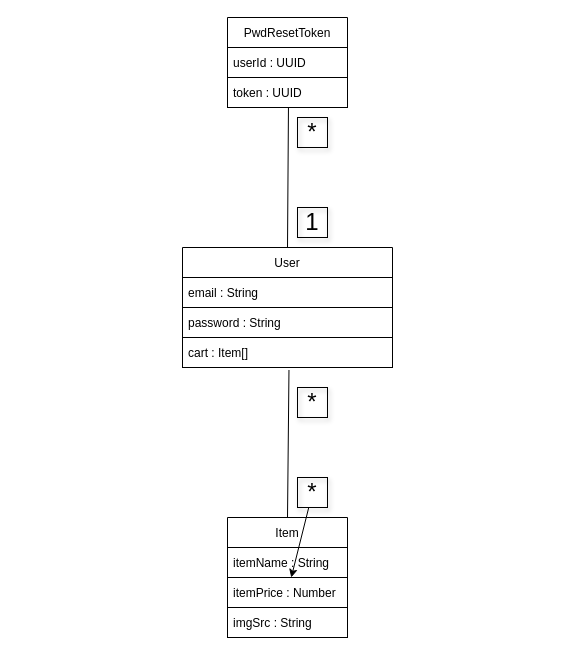
Before: docs/DB UML Diagram.drawio in jaksonhensley/CSCI4300-FinalProject, a draw.io diagram. Source tidied: cells renumbered, new cells numbered last; positions are measured from the earlier drawing's top-left corner, leaving out a move shared by most shapes. Both pictures are drawn from the tidied source at 100%, with x=0, y=0 at pixel (182, 17).
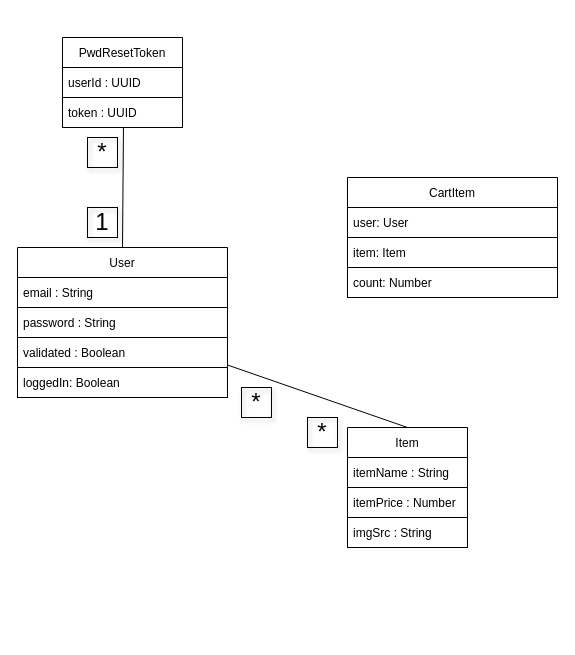
The same diagram, later.

The change refers to these unchanged cells:
```xml
<mxCell id="11" value="itemPrice : Number" style="text;strokeColor=#000000;fillColor=none;align=left;verticalAlign=middle;spacingLeft=4;spacingRight=4;overflow=hidden;points=[[0,0.5],[1,0.5]];portConstraint=eastwest;fontColor=#000000;" parent="9" vertex="1">
  <mxGeometry y="60" width="120" height="30" as="geometry" />
</mxCell>
```

The edit, as a diff of the source:
```diff
@@
     <mxCell id="2" value="User" style="swimlane;fontStyle=0;horizontal=1;startSize=30;fontColor=#000000;strokeColor=#000000;fillColor=#FFFFFF;" parent="1" vertex="1">
-      <mxGeometry y="230" width="210" height="120" as="geometry" />
+      <mxGeometry x="-165" y="230" width="210" height="150" as="geometry" />
     </mxCell>
@@
-    <mxCell id="5" value="cart : Item[]" style="text;strokeColor=#000000;fillColor=none;align=left;verticalAlign=middle;spacingLeft=4;spacingRight=4;overflow=hidden;points=[[0,0.5],[1,0.5]];portConstraint=eastwest;fontColor=#000000;" parent="2" vertex="1">
-      <mxGeometry y="90" width="210" height="30" as="geometry" />
-    </mxCell>
+    <mxCell id="20" value="validated : Boolean" style="text;strokeColor=#000000;fillColor=none;align=left;verticalAlign=middle;spacingLeft=4;spacingRight=4;overflow=hidden;fontColor=#000000;" parent="2" vertex="1">
+      <mxGeometry y="90" width="210" height="30" as="geometry" />
+    </mxCell>
+    <mxCell id="21" value="loggedIn: Boolean" style="text;strokeColor=#000000;fillColor=none;align=left;verticalAlign=middle;spacingLeft=4;spacingRight=4;overflow=hidden;points=[[0,0.5],[1,0.5]];portConstraint=eastwest;fontColor=#000000;" parent="2" vertex="1">
+      <mxGeometry y="120" width="210" height="30" as="geometry" />
+    </mxCell>
     <mxCell id="6" value="PwdResetToken" style="swimlane;fontStyle=0;horizontal=1;startSize=30;fontColor=#000000;gradientColor=#ffffff;fillColor=#FFFFFF;strokeColor=#000000;" parent="1" vertex="1">
-      <mxGeometry x="45" width="120" height="90" as="geometry" />
+      <mxGeometry x="-120" y="20" width="120" height="90" as="geometry" />
     </mxCell>
@@
     <mxCell id="9" value="Item" style="swimlane;fontStyle=0;horizontal=1;startSize=30;fontColor=#000000;strokeColor=#000000;fillColor=#FFFFFF;" parent="1" vertex="1">
-      <mxGeometry x="45" y="500" width="120" height="120" as="geometry" />
+      <mxGeometry x="165" y="410" width="120" height="120" as="geometry" />
     </mxCell>
@@
     <mxCell id="14" value="&lt;font style=&quot;font-size: 24px;&quot;&gt;1&lt;/font&gt;" style="text;html=1;strokeColor=#000000;fillColor=none;align=center;verticalAlign=middle;whiteSpace=wrap;rounded=0;shadow=1;fontColor=#000000;" parent="1" vertex="1">
-      <mxGeometry x="115" y="190" width="30" height="30" as="geometry" />
+      <mxGeometry x="-95" y="190" width="30" height="30" as="geometry" />
     </mxCell>
     <mxCell id="15" value="&lt;font style=&quot;font-size: 24px;&quot;&gt;*&lt;/font&gt;" style="text;html=1;strokeColor=#000000;fillColor=none;align=center;verticalAlign=middle;whiteSpace=wrap;rounded=0;shadow=1;fontColor=#000000;" parent="1" vertex="1">
-      <mxGeometry x="115" y="100" width="30" height="30" as="geometry" />
+      <mxGeometry x="-95" y="120" width="30" height="30" as="geometry" />
     </mxCell>
-    <mxCell id="16" style="edgeStyle=none;html=1;" parent="1" edge="1" source="17" target="11">
-      <mxGeometry relative="1" as="geometry" />
-    </mxCell>
     <mxCell id="17" value="*" style="text;html=1;strokeColor=#000000;fillColor=none;align=center;verticalAlign=middle;whiteSpace=wrap;rounded=0;shadow=1;fontSize=24;fontColor=#000000;" parent="1" vertex="1">
-      <mxGeometry x="115" y="460" width="30" height="30" as="geometry" />
+      <mxGeometry x="125" y="400" width="30" height="30" as="geometry" />
     </mxCell>
     <mxCell id="18" value="*" style="text;html=1;strokeColor=#000000;fillColor=none;align=center;verticalAlign=middle;whiteSpace=wrap;rounded=0;shadow=1;fontSize=24;fontColor=#000000;" parent="1" vertex="1">
-      <mxGeometry x="115" y="370" width="30" height="30" as="geometry" />
+      <mxGeometry x="59" y="370" width="30" height="30" as="geometry" />
     </mxCell>
-    <mxCell id="19" style="endArrow=none;html=1;rounded=0;entryX=0.507;entryY=1.083;entryDx=0;entryDy=0;entryPerimeter=0;exitX=0.5;exitY=0;exitDx=0;exitDy=0;fontColor=#000000;strokeColor=#000000;" parent="1" edge="1" source="9" target="5">
+    <mxCell id="19" style="endArrow=none;html=1;rounded=0;exitX=0.5;exitY=0;exitDx=0;exitDy=0;fontColor=#000000;strokeColor=#000000;entryX=1;entryY=-0.083;entryDx=0;entryDy=0;entryPerimeter=0;" parent="1" edge="1" source="9" target="21">
       <mxGeometry relative="1" as="geometry" />
     </mxCell>
+    <mxCell id="22" value="CartItem" style="swimlane;fontStyle=0;horizontal=1;startSize=30;fontColor=#000000;strokeColor=#000000;fillColor=#FFFFFF;" parent="1" vertex="1">
+      <mxGeometry x="165" y="160" width="210" height="120" as="geometry" />
+    </mxCell>
+    <mxCell id="23" value="user: User" style="text;strokeColor=#000000;fillColor=none;align=left;verticalAlign=middle;spacingLeft=4;spacingRight=4;overflow=hidden;fontColor=#000000;" parent="22" vertex="1">
+      <mxGeometry y="30" width="210" height="30" as="geometry" />
+    </mxCell>
+    <mxCell id="24" value="item: Item" style="text;strokeColor=#000000;fillColor=none;align=left;verticalAlign=middle;spacingLeft=4;spacingRight=4;overflow=hidden;fontColor=#000000;" parent="22" vertex="1">
+      <mxGeometry y="60" width="210" height="30" as="geometry" />
+    </mxCell>
+    <mxCell id="25" value="count: Number" style="text;strokeColor=#000000;fillColor=none;align=left;verticalAlign=middle;spacingLeft=4;spacingRight=4;overflow=hidden;fontColor=#000000;" parent="22" vertex="1">
+      <mxGeometry y="90" width="210" height="30" as="geometry" />
+    </mxCell>
```
